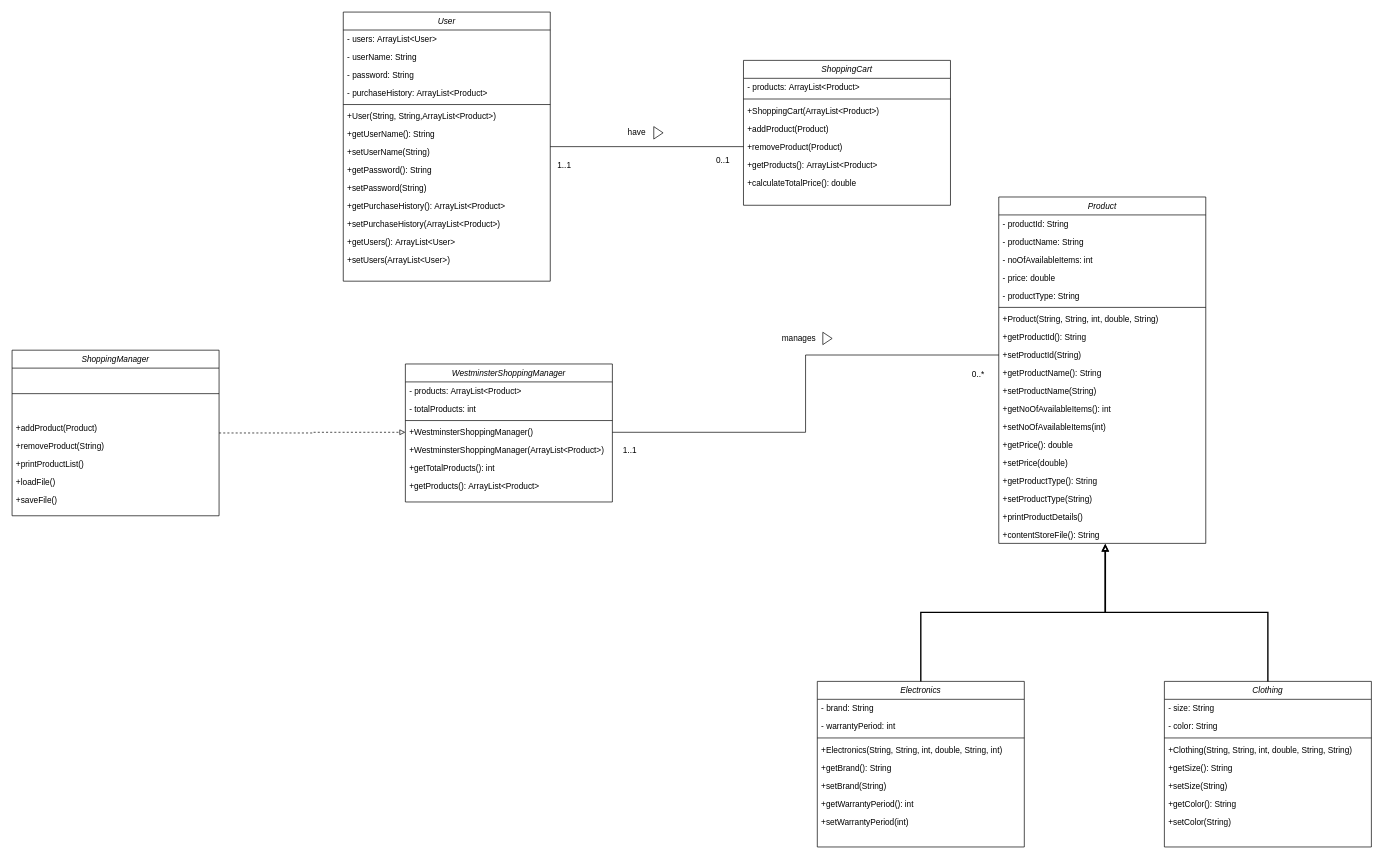
This is Untitled Diagram.drawio from Rumeasiyan/westminster-online-shopping-system-iit-cw, a draw.io file, before an edit. Source tidied: cells renumbered, new cells numbered last; positions are measured from the earlier drawing's top-left corner, leaving out a move shared by most shapes. Both pictures are drawn from the tidied source at 69%, with x=0, y=0 at pixel (12, 12).
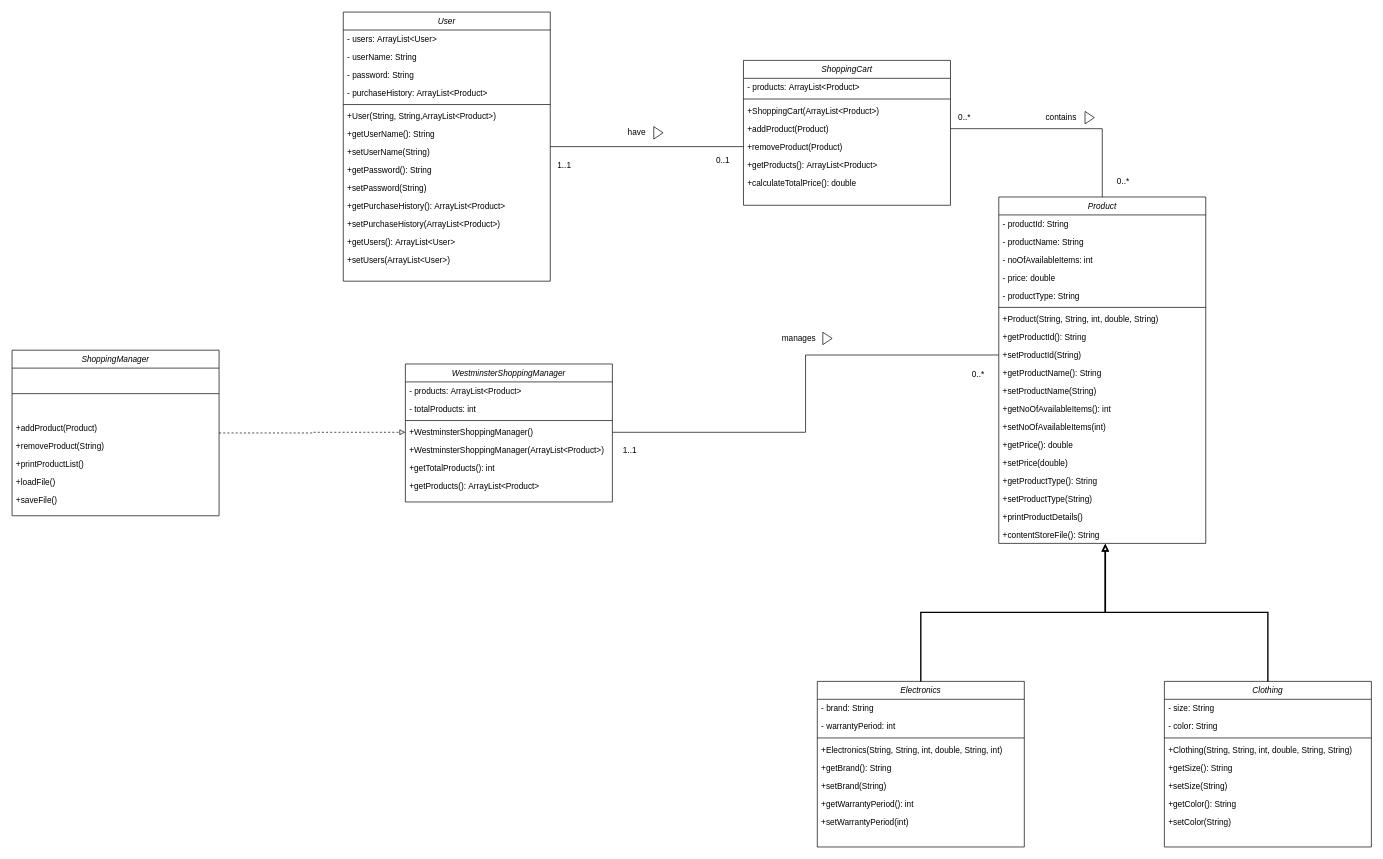
After the change.

The change refers to these unchanged cells:
```xml
<mxCell id="38" value="+addProduct(Product)" style="text;align=left;verticalAlign=top;spacingLeft=4;spacingRight=4;overflow=hidden;points=[[0,0.5],[1,0.5]];portConstraint=eastwest;" parent="34" vertex="1">
  <mxGeometry y="86" width="300" height="26" as="geometry" />
</mxCell>
<mxCell id="42" value="Product" style="swimlane;fontStyle=2;align=center;verticalAlign=top;horizontal=1;startSize=26;rounded=0;shadow=0;strokeWidth=1;" parent="1" vertex="1">
  <mxGeometry x="1430" y="268" width="300" height="502" as="geometry" />
</mxCell>
```

Change to the diagram source:
```diff
@@
+    <mxCell id="91" style="edgeStyle=orthogonalEdgeStyle;rounded=0;jettySize=auto;html=1;entryX=0.5;entryY=0;entryDx=0;entryDy=0;endArrow=none;endFill=0;" parent="1" edge="1" source="38" target="42">
+      <mxGeometry relative="1" as="geometry" />
+    </mxCell>
+    <mxCell id="92" value="0..*" style="text;html=1;align=center;verticalAlign=middle;strokeColor=none;fillColor=none;" parent="1" vertex="1">
+      <mxGeometry x="1360" y="138" width="40" height="30" as="geometry" />
+    </mxCell>
+    <mxCell id="93" value="0..*" style="text;html=1;align=center;verticalAlign=middle;strokeColor=none;fillColor=none;" parent="1" vertex="1">
+      <mxGeometry x="1590" y="230" width="40" height="30" as="geometry" />
+    </mxCell>
+    <mxCell id="94" value="contains" style="text;html=1;align=center;verticalAlign=middle;strokeColor=none;fillColor=none;" parent="1" vertex="1">
+      <mxGeometry x="1485" y="138" width="70" height="30" as="geometry" />
+    </mxCell>
+    <mxCell id="95" style="triangle;whiteSpace=wrap;html=1;" parent="1" vertex="1">
+      <mxGeometry x="1555" y="144" width="13.5" height="18" as="geometry" />
+    </mxCell>
```
